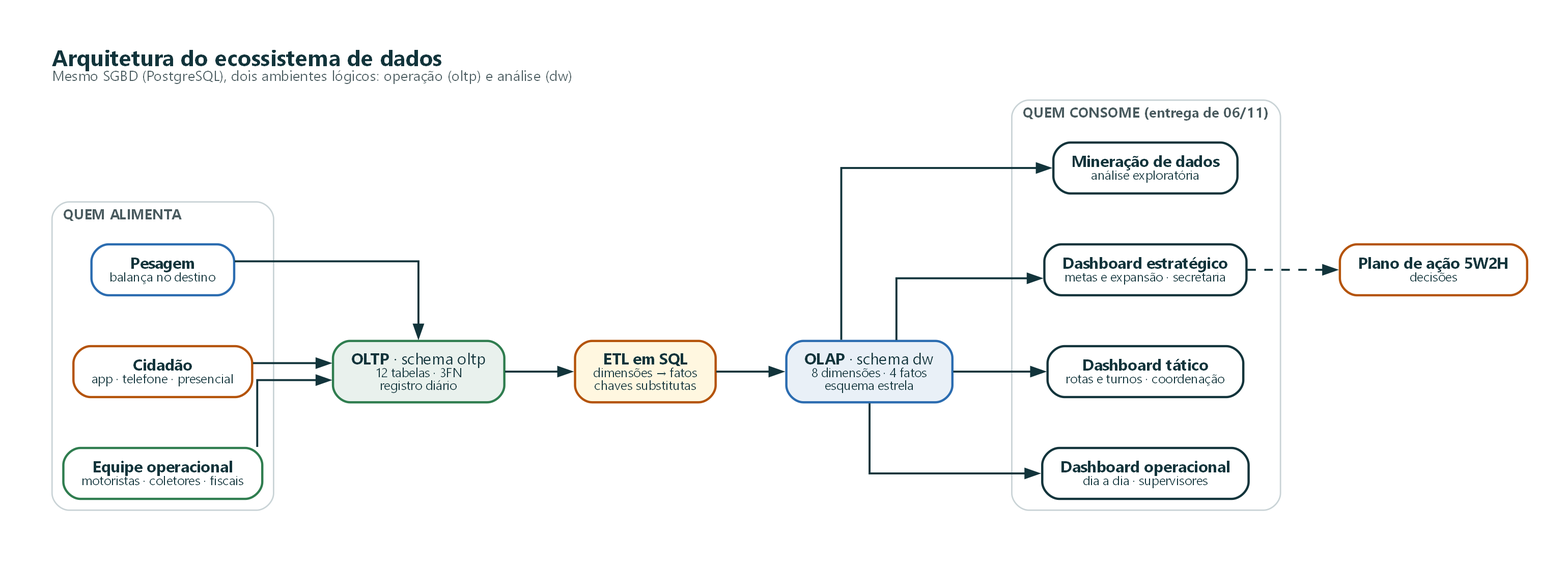
Above: docs/diagramas/00_arquitetura_ecossistema.png in snttsz/projeto-tebd (Graphviz), before the change. Its source is kept beside it as src/diagramas/dot/00_arquitetura_ecossistema.dot.
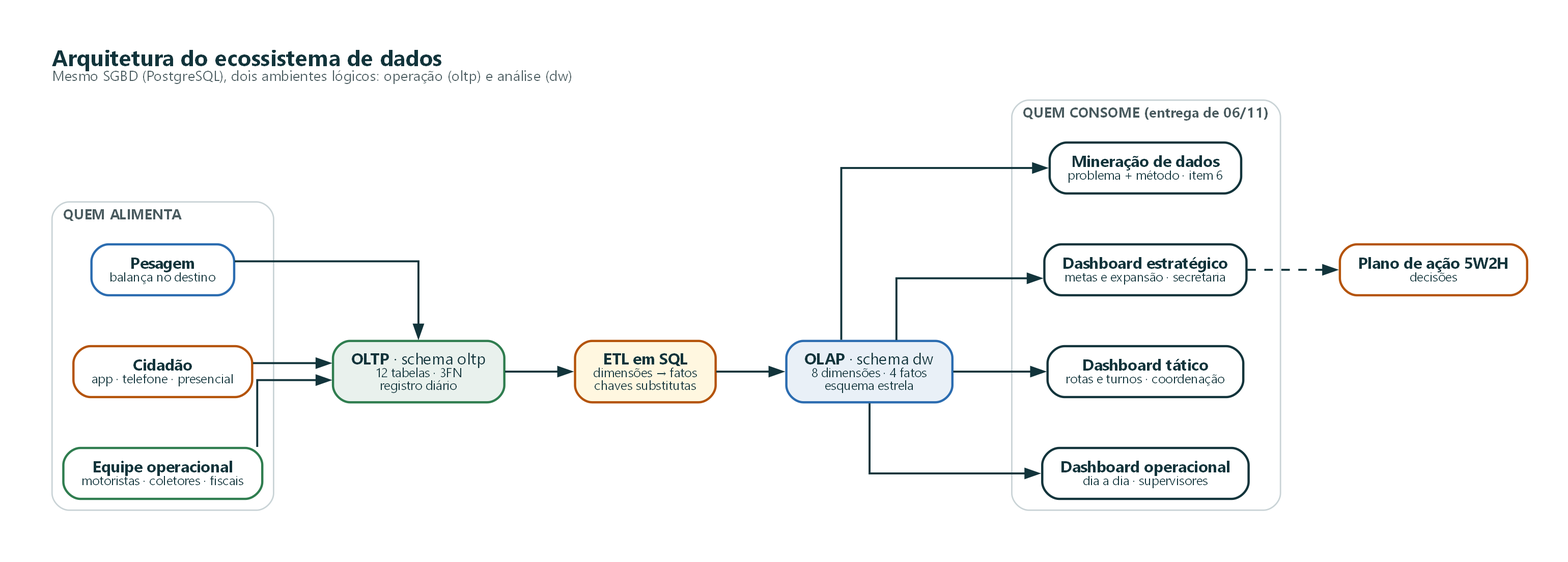
Later version of the same file.

The edit, as a diff of the source:
```diff
@@ -17,7 +17,7 @@
   d1 [label=<<B>Dashboard operacional</B><BR/><FONT POINT-SIZE="9">dia a dia · supervisores</FONT>>, fillcolor="#FFFFFF", color="#12343B"];
   d2 [label=<<B>Dashboard tático</B><BR/><FONT POINT-SIZE="9">rotas e turnos · coordenação</FONT>>, fillcolor="#FFFFFF", color="#12343B"];
   d3 [label=<<B>Dashboard estratégico</B><BR/><FONT POINT-SIZE="9">metas e expansão · secretaria</FONT>>, fillcolor="#FFFFFF", color="#12343B"];
-  mi [label=<<B>Mineração de dados</B><BR/><FONT POINT-SIZE="9">análise exploratória</FONT>>, fillcolor="#FFFFFF", color="#12343B"];
+  mi [label=<<B>Mineração de dados</B><BR/><FONT POINT-SIZE="9">problema + método · item 6</FONT>>, fillcolor="#FFFFFF", color="#12343B"];
 }
 op -> oltp; ci -> oltp; pe -> oltp; oltp -> etl -> dw; dw -> d1; dw -> d2; dw -> d3; dw -> mi;
 d3 -> pl [style=dashed];
```
